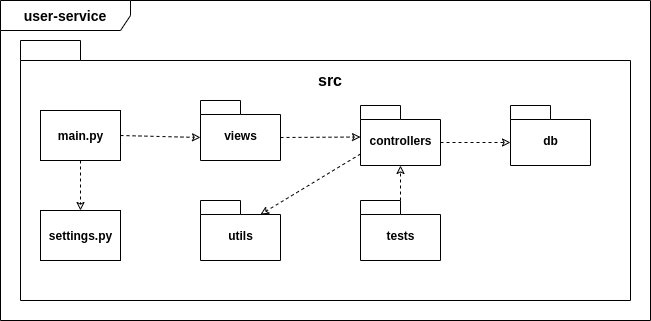
fga-eps-mds/2020.1-stay-safe-docs keeps this draw.io diagram as stay-safe/docs/images/architecture/user-service.png. Above is the earlier version. Source tidied: cells renumbered, new cells last; positions are measured from the earlier drawing's top-left corner, leaving out a move shared by most shapes. The source it was exported from:
```xml
<mxGraphModel>
  <root>
    <mxCell id="0" />
    <mxCell id="1" parent="0" />
    <mxCell id="2" value="&lt;b&gt;&lt;font style=&quot;font-size: 14px&quot;&gt;user-service&lt;/font&gt;&lt;/b&gt;" style="shape=umlFrame;whiteSpace=wrap;html=1;width=130;height=30;" parent="1" vertex="1">
      <mxGeometry width="650" height="320" as="geometry" />
    </mxCell>
    <mxCell id="3" value="crwaler" style="shape=folder;fontStyle=1;spacingTop=10;tabWidth=40;tabHeight=14;tabPosition=left;html=1;" parent="1" vertex="1">
      <mxGeometry x="200" y="130" width="70" height="50" as="geometry" />
    </mxCell>
    <mxCell id="4" value="main" style="shape=folder;fontStyle=1;spacingTop=10;tabWidth=40;tabHeight=14;tabPosition=left;html=1;" parent="1" vertex="1">
      <mxGeometry x="410" y="170" width="70" height="50" as="geometry" />
    </mxCell>
    <mxCell id="5" style="shape=folder;fontStyle=1;spacingTop=10;tabWidth=60;tabHeight=20;tabPosition=left;html=1;" parent="1" vertex="1">
      <mxGeometry x="20" y="40" width="610" height="260" as="geometry" />
    </mxCell>
    <mxCell id="6" value="&lt;b style=&quot;font-size: 16px;&quot;&gt;src&lt;/b&gt;" style="text;html=1;strokeColor=none;fillColor=none;align=center;verticalAlign=middle;whiteSpace=wrap;rounded=0;fontSize=16;" parent="1" vertex="1">
      <mxGeometry x="310" y="70" width="40" height="20" as="geometry" />
    </mxCell>
    <mxCell id="7" value="views" style="shape=folder;fontStyle=1;spacingTop=10;tabWidth=40;tabHeight=14;tabPosition=left;html=1;" parent="1" vertex="1">
      <mxGeometry x="200" y="100" width="80" height="60" as="geometry" />
    </mxCell>
    <mxCell id="8" value="&lt;b&gt;main.py&lt;/b&gt;" style="html=1;" parent="1" vertex="1">
      <mxGeometry x="40" y="110" width="80" height="50" as="geometry" />
    </mxCell>
    <mxCell id="9" value="&lt;b&gt;settings.py&lt;/b&gt;" style="html=1;" parent="1" vertex="1">
      <mxGeometry x="40" y="210" width="80" height="50" as="geometry" />
    </mxCell>
    <mxCell id="10" style="endArrow=classic;html=1;fontSize=16;dashed=1;endFill=0;exitX=1;exitY=0.5;exitDx=0;exitDy=0;entryX=0;entryY=0;entryDx=0;entryDy=37;entryPerimeter=0;" parent="1" edge="1" source="8" target="7">
      <mxGeometry relative="1" as="geometry" />
    </mxCell>
    <mxCell id="11" style="endArrow=classic;html=1;fontSize=16;dashed=1;endFill=0;exitX=0;exitY=0;exitDx=80;exitDy=37;exitPerimeter=0;" parent="1" edge="1" source="7">
      <mxGeometry relative="1" as="geometry">
        <mxPoint x="360" y="136.5" as="targetPoint" />
      </mxGeometry>
    </mxCell>
    <mxCell id="12" style="endArrow=classic;html=1;fontSize=16;dashed=1;endFill=0;exitX=0.5;exitY=1;exitDx=0;exitDy=0;" parent="1" edge="1" source="8" target="9">
      <mxGeometry relative="1" as="geometry" />
    </mxCell>
    <mxCell id="13" style="edgeStyle=orthogonalEdgeStyle;rounded=0;jettySize=auto;html=1;exitX=0;exitY=0;exitDx=80;exitDy=37;exitPerimeter=0;entryX=0;entryY=0;entryDx=0;entryDy=37;entryPerimeter=0;dashed=1;endArrow=classic;endFill=0;fontSize=16;" parent="1" edge="1" source="14" target="17">
      <mxGeometry relative="1" as="geometry" />
    </mxCell>
    <mxCell id="14" value="controllers" style="shape=folder;fontStyle=1;spacingTop=10;tabWidth=40;tabHeight=14;tabPosition=left;html=1;" parent="1" vertex="1">
      <mxGeometry x="360" y="105" width="80" height="60" as="geometry" />
    </mxCell>
    <mxCell id="15" value="utils" style="shape=folder;fontStyle=1;spacingTop=10;tabWidth=40;tabHeight=14;tabPosition=left;html=1;" parent="1" vertex="1">
      <mxGeometry x="200" y="200" width="80" height="60" as="geometry" />
    </mxCell>
    <mxCell id="16" style="endArrow=classic;html=1;fontSize=16;dashed=1;endFill=0;exitX=0;exitY=0;exitDx=0;exitDy=48.5;exitPerimeter=0;entryX=0;entryY=0;entryDx=60;entryDy=14;entryPerimeter=0;" parent="1" edge="1" source="14" target="15">
      <mxGeometry relative="1" as="geometry" />
    </mxCell>
    <mxCell id="17" value="db" style="shape=folder;fontStyle=1;spacingTop=10;tabWidth=40;tabHeight=14;tabPosition=left;html=1;" parent="1" vertex="1">
      <mxGeometry x="510" y="105" width="80" height="60" as="geometry" />
    </mxCell>
    <mxCell id="18" style="edgeStyle=orthogonalEdgeStyle;rounded=0;jettySize=auto;html=1;exitX=0;exitY=0;exitDx=40;exitDy=0;exitPerimeter=0;entryX=0.5;entryY=1;entryDx=0;entryDy=0;entryPerimeter=0;dashed=1;endArrow=classic;endFill=0;fontSize=16;" parent="1" edge="1" source="19" target="14">
      <mxGeometry relative="1" as="geometry" />
    </mxCell>
    <mxCell id="19" value="tests" style="shape=folder;fontStyle=1;spacingTop=10;tabWidth=40;tabHeight=14;tabPosition=left;html=1;" parent="1" vertex="1">
      <mxGeometry x="360" y="200" width="80" height="60" as="geometry" />
    </mxCell>
  </root>
</mxGraphModel>
```
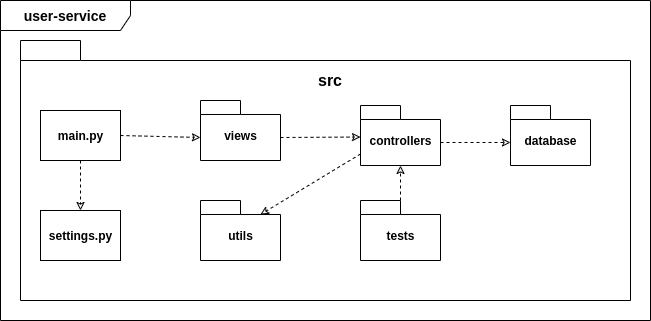
The same file after the commit.

Diff of the diagram source:
```diff
@@ -49,7 +49,7 @@
     <mxCell id="16" style="endArrow=classic;html=1;fontSize=16;dashed=1;endFill=0;exitX=0;exitY=0;exitDx=0;exitDy=48.5;exitPerimeter=0;entryX=0;entryY=0;entryDx=60;entryDy=14;entryPerimeter=0;" parent="1" edge="1" source="14" target="15">
       <mxGeometry relative="1" as="geometry" />
     </mxCell>
-    <mxCell id="17" value="db" style="shape=folder;fontStyle=1;spacingTop=10;tabWidth=40;tabHeight=14;tabPosition=left;html=1;" parent="1" vertex="1">
+    <mxCell id="17" value="database" style="shape=folder;fontStyle=1;spacingTop=10;tabWidth=40;tabHeight=14;tabPosition=left;html=1;" parent="1" vertex="1">
       <mxGeometry x="510" y="105" width="80" height="60" as="geometry" />
     </mxCell>
     <mxCell id="18" style="edgeStyle=orthogonalEdgeStyle;rounded=0;jettySize=auto;html=1;exitX=0;exitY=0;exitDx=40;exitDy=0;exitPerimeter=0;entryX=0.5;entryY=1;entryDx=0;entryDy=0;entryPerimeter=0;dashed=1;endArrow=classic;endFill=0;fontSize=16;" parent="1" edge="1" source="19" target="14">
```
